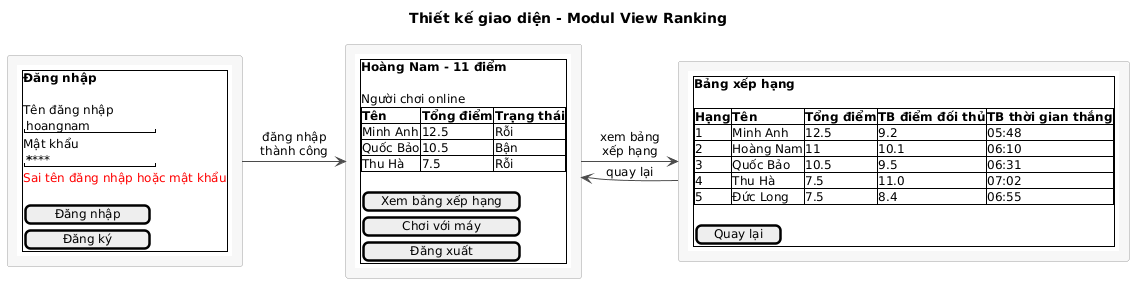
The PlantUML diagram docs/uml/pha3/ui-m1.png in VattenL/mobile-pikachu, before a commit. Its diagram source:
```plantuml
@startuml
title Thiết kế giao diện - Modul View Ranking

skinparam shadowing false
skinparam defaultFontSize 12
skinparam ArrowColor #4A4A4A
skinparam rectangle {
  BackgroundColor #F7F7F7
  BorderColor #9E9E9E
}

rectangle Login [
{{salt
{+
  <b>Đăng nhập
  .
  Tên đăng nhập
  "hoangnam        "
  Mật khẩu
  "********        "
  <color:red>Sai tên đăng nhập hoặc mật khẩu
  .
  [   Đăng nhập   ]
  [    Đăng ký    ]
}
}}
]

rectangle Main [
{{salt
{+
  <b>Hoàng Nam - 11 điểm
  .
  Người chơi online
  {#
    <b>Tên | <b>Tổng điểm | <b>Trạng thái
    Minh Anh | 12.5 | Rỗi
    Quốc Bảo | 10.5 | Bận
    Thu Hà | 7.5 | Rỗi
  }
  .
  [ Xem bảng xếp hạng ]
  [   Chơi với máy    ]
  [     Đăng xuất     ]
}
}}
]

rectangle Ranking [
{{salt
{+
  <b>Bảng xếp hạng
  .
  {#
    <b>Hạng | <b>Tên | <b>Tổng điểm | <b>TB điểm đối thủ | <b>TB thời gian thắng
    1 | Minh Anh | 12.5 | 9.2 | 05:48
    2 | Hoàng Nam | 11 | 10.1 | 06:10
    3 | Quốc Bảo | 10.5 | 9.5 | 06:31
    4 | Thu Hà | 7.5 | 11.0 | 07:02
    5 | Đức Long | 7.5 | 8.4 | 06:55
  }
  .
  [ Quay lại ]
}
}}
]

Login -right-> Main : đăng nhập\nthành công
Main -right-> Ranking : xem bảng\nxếp hạng
Ranking -left-> Main : quay lại
@enduml
```
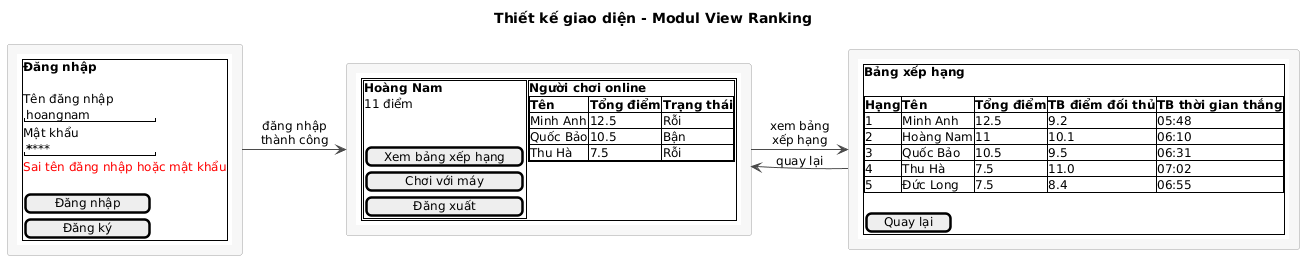
After the change.

What changed in the source:
```diff
@@ -29,19 +29,23 @@
 rectangle Main [
 {{salt
 {+
-  <b>Hoàng Nam - 11 điểm
-  .
-  Người chơi online
-  {#
-    <b>Tên | <b>Tổng điểm | <b>Trạng thái
-    Minh Anh | 12.5 | Rỗi
-    Quốc Bảo | 10.5 | Bận
-    Thu Hà | 7.5 | Rỗi
-  }
-  .
-  [ Xem bảng xếp hạng ]
-  [   Chơi với máy    ]
-  [     Đăng xuất     ]
+  { {+
+      <b>Hoàng Nam
+      11 điểm
+      .
+      .
+      [ Xem bảng xếp hạng ]
+      [   Chơi với máy    ]
+      [     Đăng xuất     ]
+    } | {+
+      <b>Người chơi online
+      {#
+        <b>Tên | <b>Tổng điểm | <b>Trạng thái
+        Minh Anh | 12.5 | Rỗi
+        Quốc Bảo | 10.5 | Bận
+        Thu Hà | 7.5 | Rỗi
+      }
+    } }
 }
 }}
 ]
```
